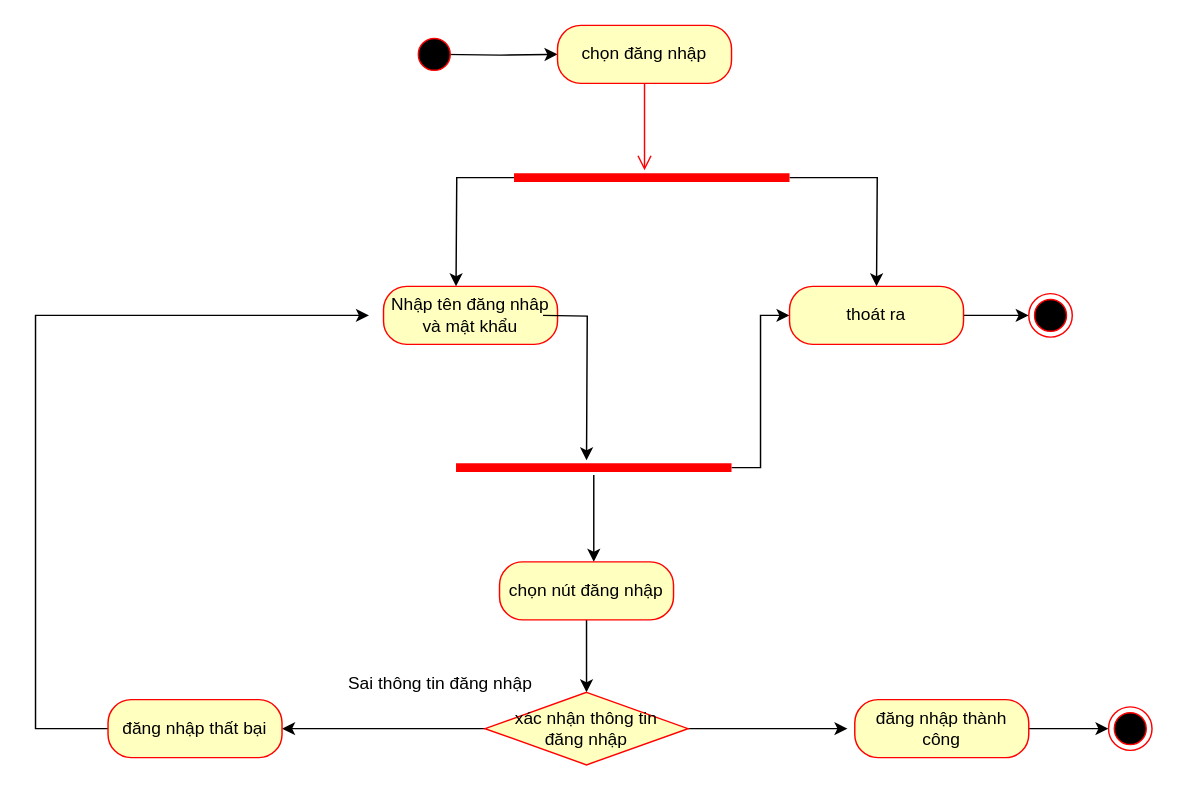
This is page "Page-1" (1 of 16) of Untitled Diagram.drawio from sonha1/aaaa, a draw.io file, before an edit. Source tidied: cells renumbered, new cells numbered last; positions are measured from the earlier drawing's top-left corner, leaving out a move shared by most shapes. Both pictures are drawn from the tidied source at 145%, with x=0, y=0 at pixel (35, 25).
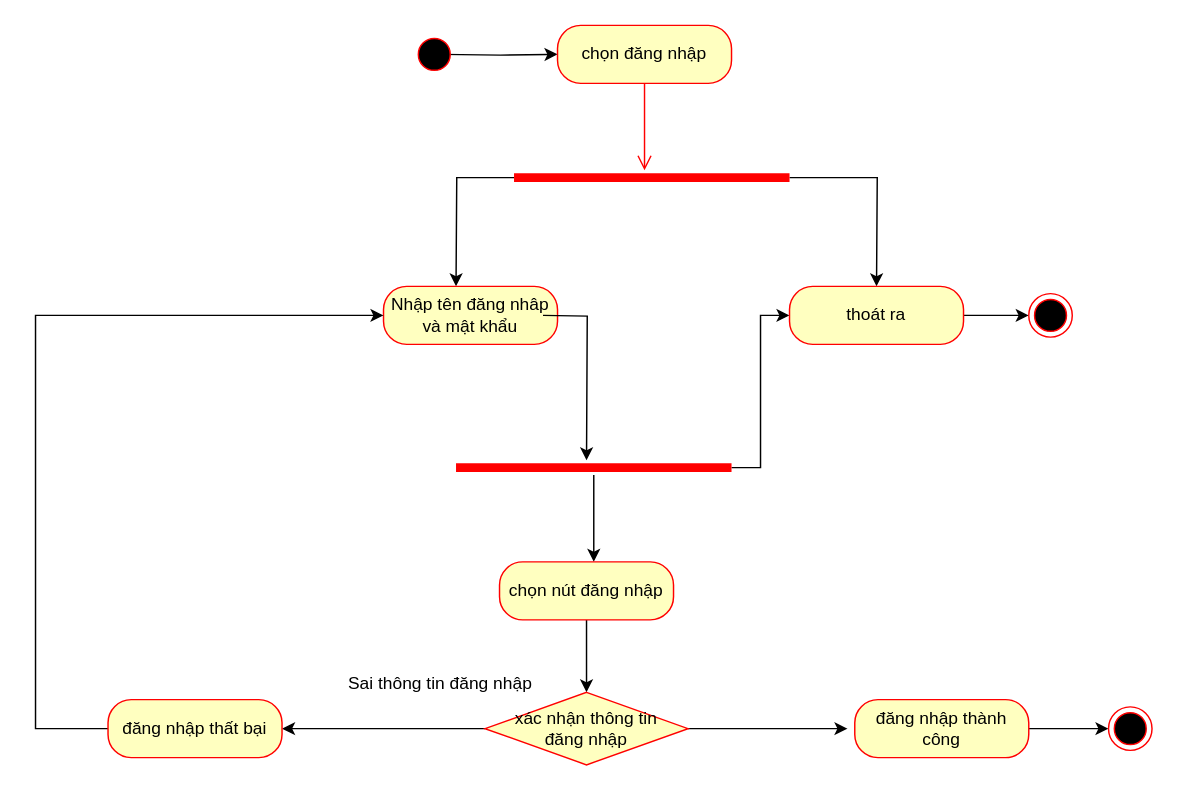
The same diagram, later.

The change refers to these unchanged cells:
```xml
<mxCell id="8" value="Nhập tên đăng nhâp&lt;br&gt;và mật khẩu" style="rounded=1;whiteSpace=wrap;html=1;arcSize=40;fontColor=#000000;fillColor=#ffffc0;strokeColor=#ff0000;" parent="1" vertex="1">
  <mxGeometry x="240" y="180" width="120" height="40" as="geometry" />
</mxCell>
<mxCell id="21" value="đăng nhập thất bại" style="rounded=1;whiteSpace=wrap;html=1;arcSize=40;fontColor=#000000;fillColor=#ffffc0;strokeColor=#ff0000;" parent="1" vertex="1">
  <mxGeometry x="50" y="465" width="120" height="40" as="geometry" />
</mxCell>
```

What changed in the source:
```diff
@@
-    <mxCell id="20" style="edgeStyle=orthogonalEdgeStyle;rounded=0;jettySize=auto;html=1;entryX=0;entryY=0.5;entryDx=0;entryDy=0;" parent="1" edge="1" source="21">
+    <mxCell id="20" style="edgeStyle=orthogonalEdgeStyle;rounded=0;jettySize=auto;html=1;entryX=0;entryY=0.5;entryDx=0;entryDy=0;" parent="1" edge="1" source="21" target="8">
       <mxGeometry relative="1" as="geometry">
-        <mxPoint x="230" y="200" as="targetPoint" />
         <Array as="points">
           <mxPoint y="485" />
           <mxPoint y="200" />
         </Array>
       </mxGeometry>
     </mxCell>
```
